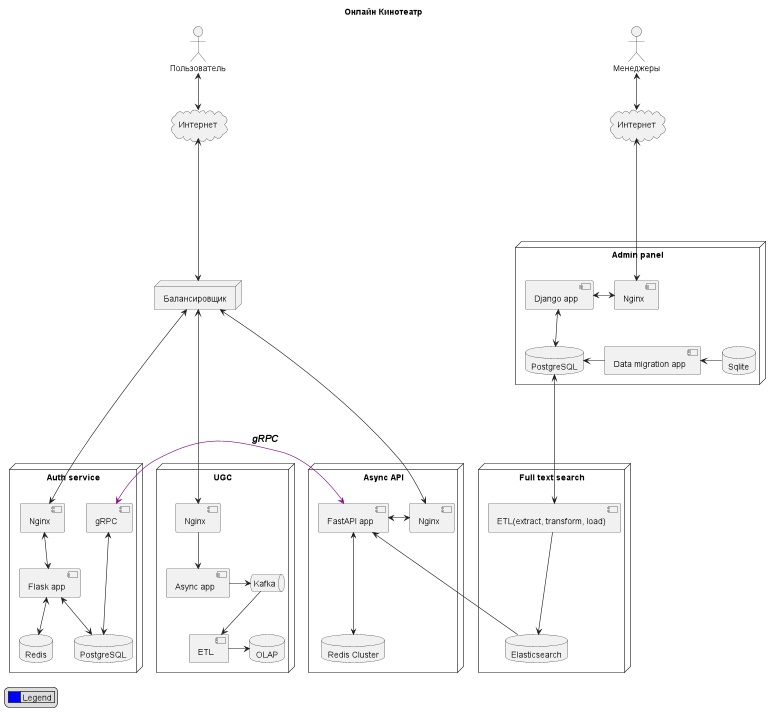
Earlier version of the PlantUML export diagram/diagram.png (Natrezzim/ugc_sprint_1).
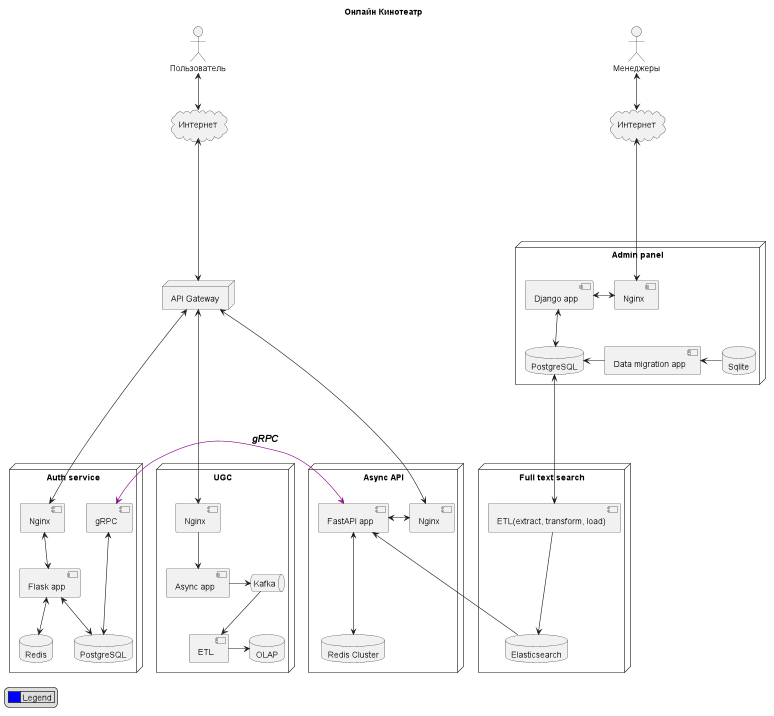
After the change.

Diff of the diagram source:
```diff
@@ -12,7 +12,7 @@
 cloud "Интернет" as manager_internet{
 }
 
-node "Балансировщик" as api{
+node "API Gateway" as api{
 }
 
 node "Admin panel" as admin_panel {
```
